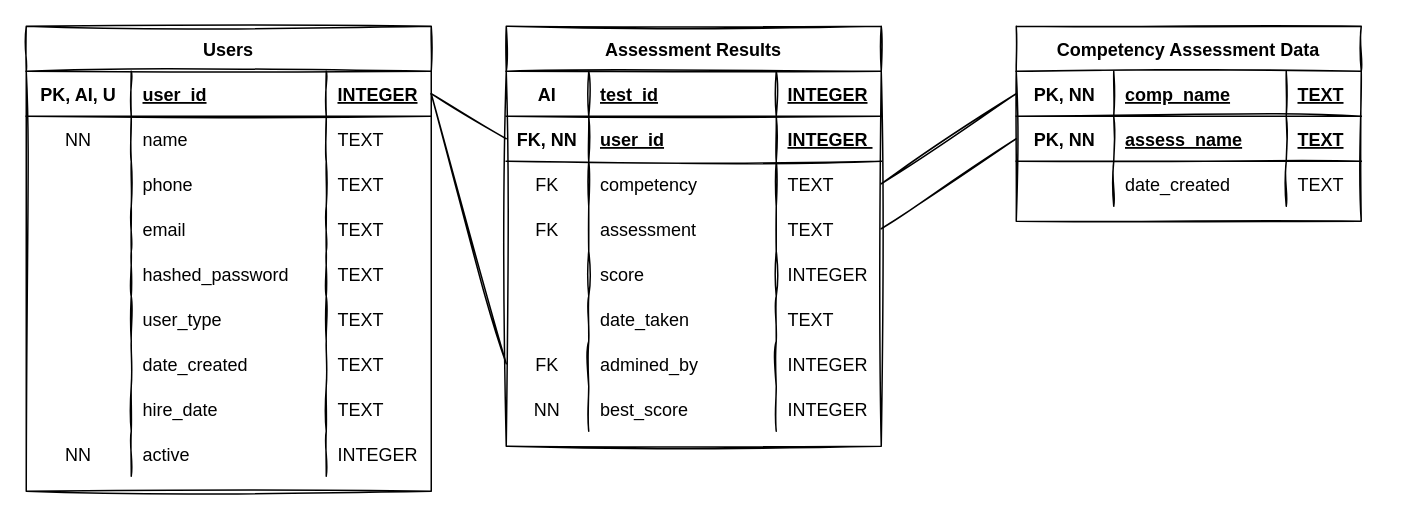
Above: ERD.drawio in Jamesh431/Cohort4-capstone-foundations (draw.io), before the change. Source tidied: cells renumbered, new cells numbered last; positions are measured from the earlier drawing's top-left corner, leaving out a move shared by most shapes. Both pictures are drawn from the tidied source at 150%, with x=0, y=0 at pixel (26, 26).
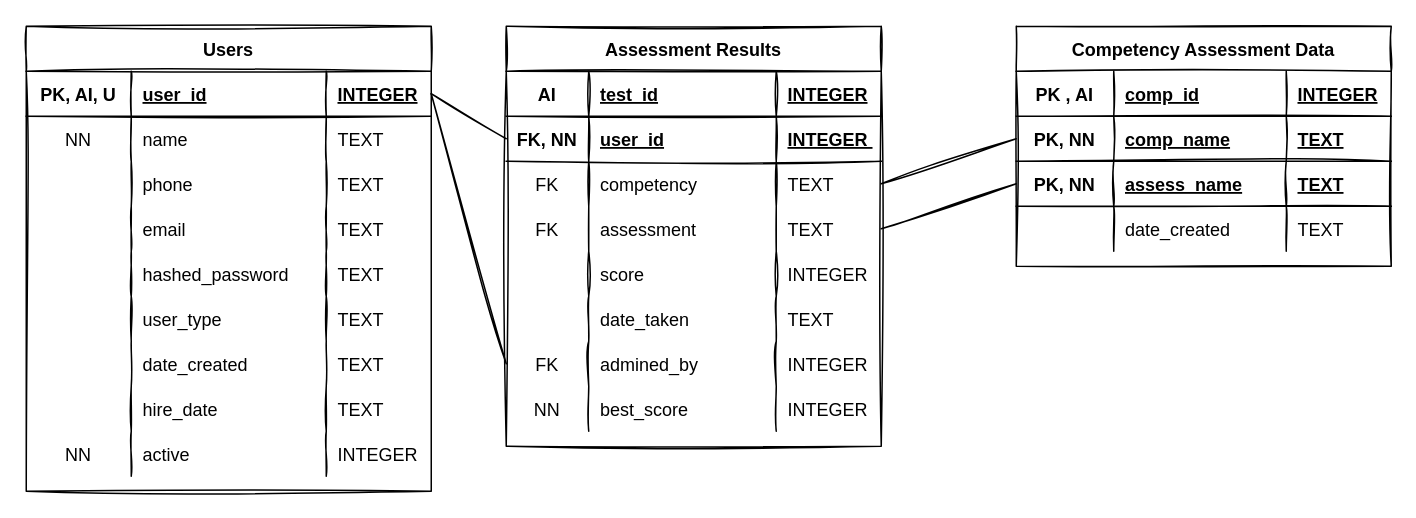
The same diagram, later.

What changed in the source:
```diff
@@
     <mxCell id="39" value="Competency Assessment Data" style="shape=table;startSize=30;childLayout=tableLayout;rowLines=0;fontStyle=1;align=center;rounded=0;sketch=1;" parent="1" vertex="1">
-      <mxGeometry x="660" width="230" height="130" as="geometry" />
+      <mxGeometry x="660" width="250" height="160" as="geometry" />
     </mxCell>
+    <mxCell id="89" style="shape=partialRectangle;fillColor=none;top=0;left=0;bottom=1;right=0;rounded=0;sketch=1;" parent="39" vertex="1">
+      <mxGeometry y="30" width="250" height="30" as="geometry" />
+    </mxCell>
+    <mxCell id="90" value="PK , AI" style="shape=partialRectangle;fillColor=none;top=0;left=0;bottom=0;right=0;fontStyle=1;overflow=hidden;rounded=0;sketch=1;" parent="89" vertex="1">
+      <mxGeometry width="65" height="30" as="geometry" />
+    </mxCell>
+    <mxCell id="91" value="comp_id" style="shape=partialRectangle;fillColor=none;top=0;left=0;bottom=0;right=0;align=left;spacingLeft=6;fontStyle=5;overflow=hidden;rounded=0;sketch=1;" parent="89" vertex="1">
+      <mxGeometry x="65" width="115" height="30" as="geometry" />
+    </mxCell>
+    <mxCell id="92" value="INTEGER" style="shape=partialRectangle;fillColor=none;top=0;left=0;bottom=0;right=0;align=left;spacingLeft=6;fontStyle=5;overflow=hidden;rounded=0;sketch=1;" parent="89" vertex="1">
+      <mxGeometry x="180" width="70" height="30" as="geometry" />
+    </mxCell>
     <mxCell id="40" style="shape=partialRectangle;fillColor=none;top=0;left=0;bottom=1;right=0;points=[[0,0.5],[1,0.5]];portConstraint=eastwest;rounded=0;sketch=1;" parent="39" vertex="1">
-      <mxGeometry y="30" width="230" height="30" as="geometry" />
+      <mxGeometry y="60" width="250" height="30" as="geometry" />
     </mxCell>
@@
     <mxCell id="43" value="TEXT" style="shape=partialRectangle;fillColor=none;top=0;left=0;bottom=0;right=0;align=left;spacingLeft=6;fontStyle=5;overflow=hidden;rounded=0;sketch=1;" parent="40" vertex="1">
-      <mxGeometry x="180" width="50" height="30" as="geometry" />
+      <mxGeometry x="180" width="70" height="30" as="geometry" />
     </mxCell>
     <mxCell id="44" style="shape=partialRectangle;fillColor=none;top=0;left=0;bottom=1;right=0;points=[[0,0.5],[1,0.5]];portConstraint=eastwest;rounded=0;sketch=1;" parent="39" vertex="1">
-      <mxGeometry y="60" width="230" height="30" as="geometry" />
+      <mxGeometry y="90" width="250" height="30" as="geometry" />
     </mxCell>
@@
     <mxCell id="47" value="TEXT" style="shape=partialRectangle;fillColor=none;top=0;left=0;bottom=0;right=0;align=left;spacingLeft=6;fontStyle=5;overflow=hidden;rounded=0;sketch=1;" parent="44" vertex="1">
-      <mxGeometry x="180" width="50" height="30" as="geometry" />
+      <mxGeometry x="180" width="70" height="30" as="geometry" />
     </mxCell>
     <mxCell id="48" style="shape=partialRectangle;fillColor=none;top=0;left=0;bottom=0;right=0;rounded=0;sketch=1;" parent="39" vertex="1">
-      <mxGeometry y="90" width="230" height="30" as="geometry" />
+      <mxGeometry y="120" width="250" height="30" as="geometry" />
     </mxCell>
@@
     <mxCell id="51" value="TEXT" style="shape=partialRectangle;fillColor=none;top=0;left=0;bottom=0;right=0;align=left;spacingLeft=6;overflow=hidden;rounded=0;sketch=1;" parent="48" vertex="1">
-      <mxGeometry x="180" width="50" height="30" as="geometry" />
+      <mxGeometry x="180" width="70" height="30" as="geometry" />
     </mxCell>
```
